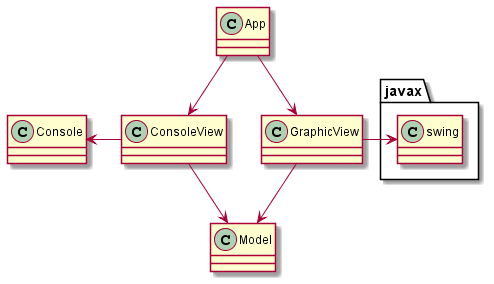
Earlier version of the PlantUML export conecta4-mv-console-swing/doc/model.view.png (arturisimo/conecta4).
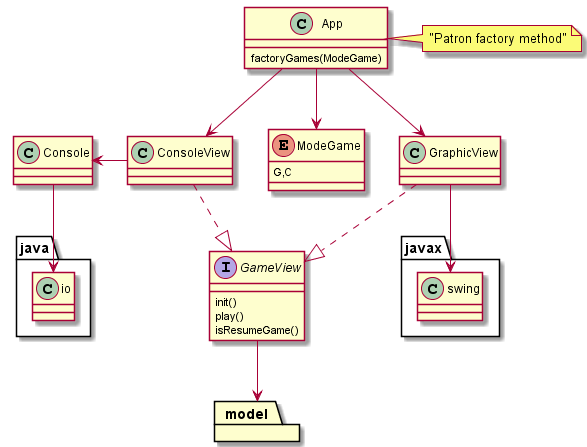
The same diagram one commit later.

Change to the diagram source:
```diff
@@ -1,17 +1,42 @@
 @startuml
 
-class App
+allowmixing
+
+class App {
+	factoryGames(ModeGame)
+}
+
+note right of [App] : "Patron factory method"
+
+App --> ModeGame
+
 class GraphicView
 class ConsoleView
-class Model
-
+enum ModeGame {
+	G,C
+}
 
 App --> GraphicView
 App --> ConsoleView
-GraphicView -right-> javax.swing
+
+
+GraphicView  ..|> GameView
+ConsoleView ..|> GameView
+
+interface GameView {
+	init()
+	play()
+	isResumeGame()
+}
+
+package model
+
+
+GraphicView -down-> javax.swing
 ConsoleView -left-> Console
-GraphicView --> Model
-ConsoleView --> Model
+Console -down-> java.io
+GameView --> model
+
 
 
 @enduml
```
